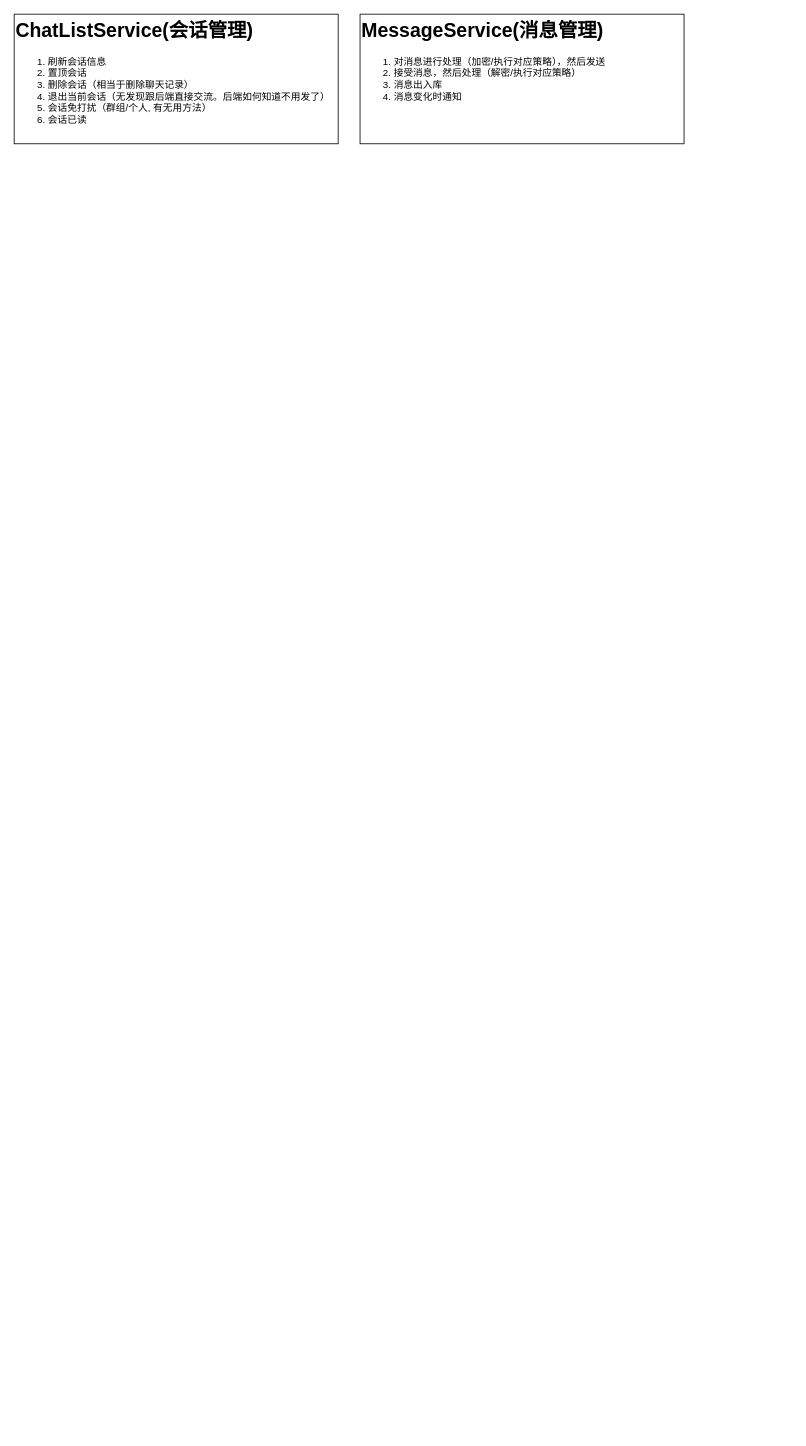
Before: draw/message.drawio in Jonty1997/personal_sources, a draw.io diagram. Source tidied: cells renumbered, new cells numbered last; positions are measured from the earlier drawing's top-left corner, leaving out a move shared by most shapes. Both pictures are drawn from the tidied source at 81%, with x=0, y=0 at pixel (14, 14).
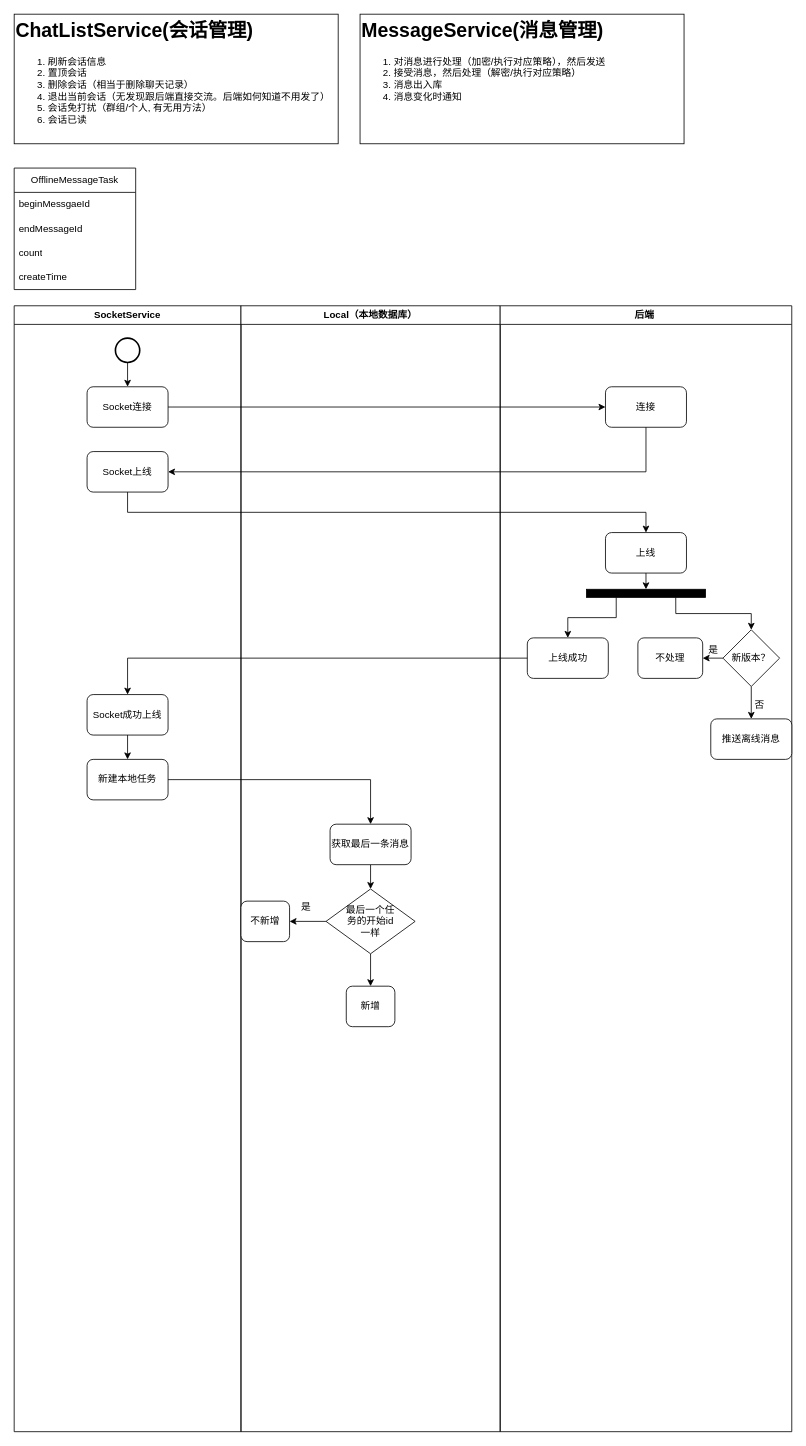
Above is the later version.

The edit, as a diff of the source:
```diff
@@
     <mxCell id="2" style="group;" parent="1" vertex="1">
-      <mxGeometry width="400" height="160" as="geometry" />
+      <mxGeometry width="410" height="340" as="geometry" />
     </mxCell>
@@
+    <mxCell id="8" value="OfflineMessageTask" style="swimlane;fontStyle=0;horizontal=1;startSize=30;whiteSpace=wrap;html=1;" parent="2" vertex="1">
+      <mxGeometry y="190" width="150" height="150" as="geometry" />
+    </mxCell>
+    <mxCell id="9" value="beginMessgaeId" style="text;strokeColor=none;fillColor=none;align=left;verticalAlign=middle;spacingLeft=4;spacingRight=4;overflow=hidden;whiteSpace=wrap;html=1;" parent="8" vertex="1">
+      <mxGeometry y="30" width="150" height="30" as="geometry" />
+    </mxCell>
+    <mxCell id="10" value="endMessageId" style="text;strokeColor=none;fillColor=none;align=left;verticalAlign=middle;spacingLeft=4;spacingRight=4;overflow=hidden;whiteSpace=wrap;html=1;" parent="8" vertex="1">
+      <mxGeometry y="60" width="150" height="30" as="geometry" />
+    </mxCell>
+    <mxCell id="11" value="count" style="text;strokeColor=none;fillColor=none;align=left;verticalAlign=middle;spacingLeft=4;spacingRight=4;overflow=hidden;whiteSpace=wrap;html=1;" parent="8" vertex="1">
+      <mxGeometry y="90" width="150" height="30" as="geometry" />
+    </mxCell>
+    <mxCell id="12" value="createTime" style="text;strokeColor=none;fillColor=none;align=left;verticalAlign=middle;spacingLeft=4;spacingRight=4;overflow=hidden;whiteSpace=wrap;html=1;" parent="8" vertex="1">
+      <mxGeometry y="120" width="150" height="30" as="geometry" />
+    </mxCell>
@@
+    <mxCell id="13" style="group;" parent="1" vertex="1">
+      <mxGeometry y="360" width="960" height="1390" as="geometry" />
+    </mxCell>
+    <mxCell id="14" value="SocketService" style="swimlane;whiteSpace=wrap;" parent="13" vertex="1">
+      <mxGeometry width="280" height="1390" as="geometry" />
+    </mxCell>
+    <mxCell id="15" style="edgeStyle=orthogonalEdgeStyle;rounded=0;jettySize=auto;html=1;exitX=0.5;exitY=1;exitDx=0;exitDy=0;exitPerimeter=0;entryX=0.5;entryY=0;entryDx=0;entryDy=0;" parent="14" edge="1" source="16" target="17">
+      <mxGeometry relative="1" as="geometry" />
+    </mxCell>
+    <mxCell id="16" style="strokeWidth=2;html=1;shape=mxgraph.flowchart.start_2;whiteSpace=wrap;" parent="14" vertex="1">
+      <mxGeometry x="125" y="40" width="30" height="30" as="geometry" />
+    </mxCell>
+    <mxCell id="17" value="Socket连接" style="rounded=1;whiteSpace=wrap;html=1;" parent="14" vertex="1">
+      <mxGeometry x="90" y="100" width="100" height="50" as="geometry" />
+    </mxCell>
+    <mxCell id="18" value="Socket上线" style="rounded=1;whiteSpace=wrap;html=1;" parent="14" vertex="1">
+      <mxGeometry x="90" y="180" width="100" height="50" as="geometry" />
+    </mxCell>
+    <mxCell id="19" style="edgeStyle=orthogonalEdgeStyle;rounded=0;jettySize=auto;html=1;exitX=0.5;exitY=1;exitDx=0;exitDy=0;entryX=0.5;entryY=0;entryDx=0;entryDy=0;" parent="14" edge="1" source="20" target="21">
+      <mxGeometry relative="1" as="geometry" />
+    </mxCell>
+    <mxCell id="20" value="Socket成功上线" style="rounded=1;whiteSpace=wrap;html=1;" parent="14" vertex="1">
+      <mxGeometry x="90" y="480" width="100" height="50" as="geometry" />
+    </mxCell>
+    <mxCell id="21" value="新建本地任务" style="rounded=1;whiteSpace=wrap;html=1;" parent="14" vertex="1">
+      <mxGeometry x="90" y="560" width="100" height="50" as="geometry" />
+    </mxCell>
+    <mxCell id="22" value="Local（本地数据库）" style="swimlane;whiteSpace=wrap;" parent="13" vertex="1">
+      <mxGeometry x="280" width="320" height="1390" as="geometry" />
+    </mxCell>
+    <mxCell id="23" style="edgeStyle=orthogonalEdgeStyle;rounded=0;jettySize=auto;html=1;exitX=0.5;exitY=1;exitDx=0;exitDy=0;entryX=0.5;entryY=0;entryDx=0;entryDy=0;" parent="22" edge="1" source="24" target="27">
+      <mxGeometry relative="1" as="geometry" />
+    </mxCell>
+    <mxCell id="24" value="获取最后一条消息" style="rounded=1;whiteSpace=wrap;html=1;" parent="22" vertex="1">
+      <mxGeometry x="110" y="640" width="100" height="50" as="geometry" />
+    </mxCell>
+    <mxCell id="25" style="edgeStyle=orthogonalEdgeStyle;rounded=0;jettySize=auto;html=1;exitX=0;exitY=0.5;exitDx=0;exitDy=0;entryX=1;entryY=0.5;entryDx=0;entryDy=0;" parent="22" edge="1" source="27" target="28">
+      <mxGeometry relative="1" as="geometry" />
+    </mxCell>
+    <mxCell id="26" style="edgeStyle=orthogonalEdgeStyle;rounded=0;jettySize=auto;html=1;exitX=0.5;exitY=1;exitDx=0;exitDy=0;" parent="22" edge="1" source="27" target="29">
+      <mxGeometry relative="1" as="geometry" />
+    </mxCell>
+    <mxCell id="27" value="最后一个任&lt;div&gt;务的开始id&lt;/div&gt;&lt;div&gt;一样&lt;/div&gt;" style="rhombus;whiteSpace=wrap;html=1;" parent="22" vertex="1">
+      <mxGeometry x="105" y="720" width="110" height="80" as="geometry" />
+    </mxCell>
+    <mxCell id="28" value="不新增" style="rounded=1;whiteSpace=wrap;html=1;" parent="22" vertex="1">
+      <mxGeometry y="735" width="60" height="50" as="geometry" />
+    </mxCell>
+    <mxCell id="29" value="新增" style="rounded=1;whiteSpace=wrap;html=1;" parent="22" vertex="1">
+      <mxGeometry x="130" y="840" width="60" height="50" as="geometry" />
+    </mxCell>
+    <mxCell id="30" value="后端 " style="swimlane;whiteSpace=wrap;" parent="13" vertex="1">
+      <mxGeometry x="600" width="360" height="1390" as="geometry" />
+    </mxCell>
+    <mxCell id="31" value="连接" style="rounded=1;whiteSpace=wrap;html=1;" parent="30" vertex="1">
+      <mxGeometry x="130" y="100" width="100" height="50" as="geometry" />
+    </mxCell>
+    <mxCell id="32" style="group;" parent="30" vertex="1">
+      <mxGeometry x="170" y="400" width="190" height="160" as="geometry" />
+    </mxCell>
+    <mxCell id="33" value="不处理" style="rounded=1;whiteSpace=wrap;html=1;" parent="32" vertex="1">
+      <mxGeometry y="10" width="80" height="50" as="geometry" />
+    </mxCell>
+    <mxCell id="34" style="edgeStyle=orthogonalEdgeStyle;rounded=0;jettySize=auto;html=1;exitX=0.5;exitY=1;exitDx=0;exitDy=0;entryX=0.5;entryY=0;entryDx=0;entryDy=0;" parent="32" edge="1" source="36" target="37">
+      <mxGeometry relative="1" as="geometry" />
+    </mxCell>
+    <mxCell id="35" style="edgeStyle=orthogonalEdgeStyle;rounded=0;jettySize=auto;html=1;exitX=0;exitY=0.5;exitDx=0;exitDy=0;entryX=1;entryY=0.5;entryDx=0;entryDy=0;" parent="32" edge="1" source="36" target="33">
+      <mxGeometry relative="1" as="geometry" />
+    </mxCell>
+    <mxCell id="36" value="新版本？" style="rhombus;whiteSpace=wrap;html=1;align=center;" parent="32" vertex="1">
+      <mxGeometry x="105" width="70" height="70" as="geometry" />
+    </mxCell>
+    <mxCell id="37" value="推送离线消息" style="rounded=1;whiteSpace=wrap;html=1;" parent="32" vertex="1">
+      <mxGeometry x="90" y="110" width="100" height="50" as="geometry" />
+    </mxCell>
+    <mxCell id="38" value="是" style="text;html=1;align=center;verticalAlign=middle;strokeColor=none;fillColor=none;" parent="32" vertex="1">
+      <mxGeometry x="73" y="10" width="40" height="30" as="geometry" />
+    </mxCell>
+    <mxCell id="39" value="否" style="text;html=1;align=center;verticalAlign=middle;strokeColor=none;fillColor=none;" parent="32" vertex="1">
+      <mxGeometry x="130" y="78" width="40" height="30" as="geometry" />
+    </mxCell>
+    <mxCell id="40" style="edgeStyle=orthogonalEdgeStyle;rounded=0;jettySize=auto;html=1;exitX=0.75;exitY=1;exitDx=0;exitDy=0;" parent="30" edge="1" source="42" target="36">
+      <mxGeometry relative="1" as="geometry" />
+    </mxCell>
+    <mxCell id="41" style="edgeStyle=orthogonalEdgeStyle;rounded=0;jettySize=auto;html=1;exitX=0.25;exitY=1;exitDx=0;exitDy=0;entryX=0.5;entryY=0;entryDx=0;entryDy=0;" parent="30" edge="1" source="42" target="45">
+      <mxGeometry relative="1" as="geometry" />
+    </mxCell>
+    <mxCell id="42" style="whiteSpace=wrap;html=1;rounded=0;shadow=0;comic=0;labelBackgroundColor=none;strokeWidth=1;fillColor=#000000;fontFamily=Verdana;fontSize=12;align=center;rotation=0;" parent="30" vertex="1">
+      <mxGeometry x="106.5" y="350" width="147" height="10" as="geometry" />
+    </mxCell>
+    <mxCell id="43" style="edgeStyle=orthogonalEdgeStyle;rounded=0;jettySize=auto;html=1;exitX=0.5;exitY=1;exitDx=0;exitDy=0;entryX=0.5;entryY=0;entryDx=0;entryDy=0;" parent="30" edge="1" source="44" target="42">
+      <mxGeometry relative="1" as="geometry" />
+    </mxCell>
+    <mxCell id="44" value="上线" style="rounded=1;whiteSpace=wrap;html=1;" parent="30" vertex="1">
+      <mxGeometry x="130" y="280" width="100" height="50" as="geometry" />
+    </mxCell>
+    <mxCell id="45" value="上线成功" style="rounded=1;whiteSpace=wrap;html=1;" parent="30" vertex="1">
+      <mxGeometry x="33.5" y="410" width="100" height="50" as="geometry" />
+    </mxCell>
+    <mxCell id="46" style="edgeStyle=orthogonalEdgeStyle;rounded=0;jettySize=auto;html=1;exitX=1;exitY=0.5;exitDx=0;exitDy=0;entryX=0;entryY=0.5;entryDx=0;entryDy=0;" parent="13" edge="1" source="17" target="31">
+      <mxGeometry relative="1" as="geometry" />
+    </mxCell>
+    <mxCell id="47" style="edgeStyle=orthogonalEdgeStyle;rounded=0;jettySize=auto;html=1;exitX=0.5;exitY=1;exitDx=0;exitDy=0;entryX=1;entryY=0.5;entryDx=0;entryDy=0;" parent="13" edge="1" source="31" target="18">
+      <mxGeometry relative="1" as="geometry" />
+    </mxCell>
+    <mxCell id="48" style="edgeStyle=orthogonalEdgeStyle;rounded=0;jettySize=auto;html=1;exitX=0.5;exitY=1;exitDx=0;exitDy=0;entryX=0.5;entryY=0;entryDx=0;entryDy=0;" parent="13" edge="1" source="18" target="44">
+      <mxGeometry relative="1" as="geometry" />
+    </mxCell>
+    <mxCell id="49" style="edgeStyle=orthogonalEdgeStyle;rounded=0;jettySize=auto;html=1;entryX=0.5;entryY=0;entryDx=0;entryDy=0;" parent="13" edge="1" source="45" target="20">
+      <mxGeometry relative="1" as="geometry" />
+    </mxCell>
+    <mxCell id="50" style="edgeStyle=orthogonalEdgeStyle;rounded=0;jettySize=auto;html=1;exitX=1;exitY=0.5;exitDx=0;exitDy=0;entryX=0.5;entryY=0;entryDx=0;entryDy=0;" parent="13" edge="1" source="21" target="24">
+      <mxGeometry relative="1" as="geometry" />
+    </mxCell>
+    <mxCell id="51" value="是" style="text;html=1;align=center;verticalAlign=middle;strokeColor=none;fillColor=none;" parent="1" vertex="1">
+      <mxGeometry x="340" y="1088" width="40" height="30" as="geometry" />
+    </mxCell>
```
